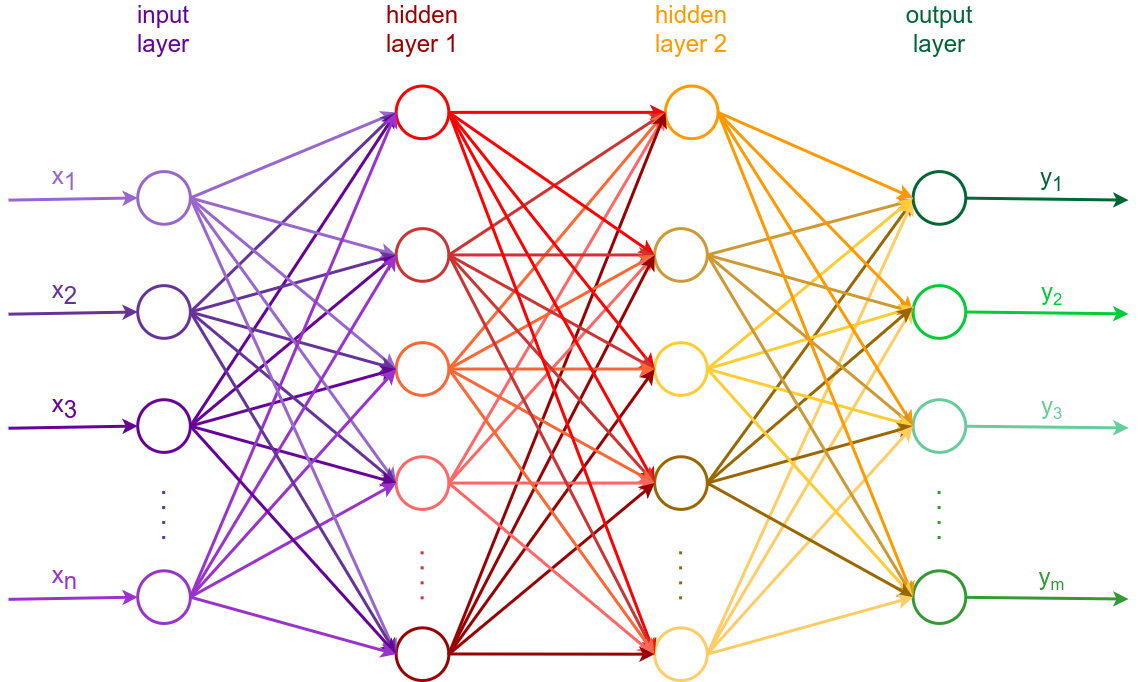
The draw.io diagram diagrams/ann_example.drawio.png in ryndovaira-org/data_science_lectures, before a commit. Source tidied: cells renumbered, new cells last; positions are measured from the earlier drawing's top-left corner, leaving out a move shared by most shapes.
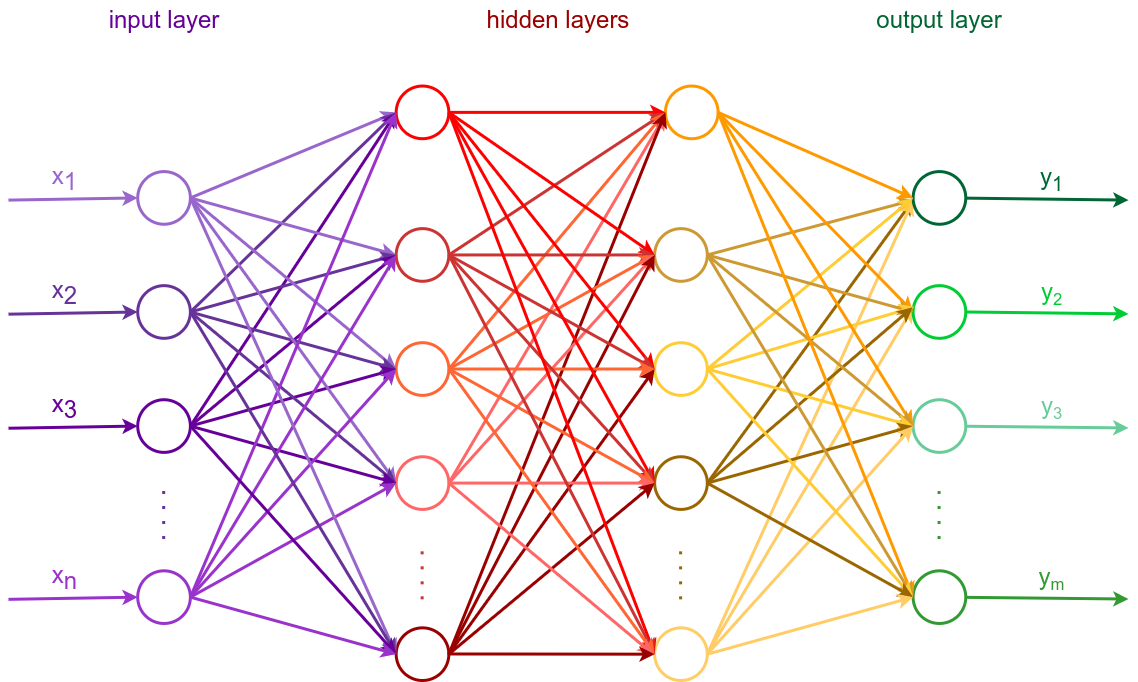
After the commit.

What changed in the source:
```diff
@@ -135,10 +135,10 @@
       <mxGeometry relative="1" as="geometry" />
     </mxCell>
     <mxCell id="40" value="input layer" style="rounded=0;whiteSpace=wrap;html=1;strokeColor=none;fillColor=none;fontSize=24;labelBackgroundColor=none;fontColor=#660099;" parent="1" vertex="1">
-      <mxGeometry x="112.5" width="86.2" height="57" as="geometry" />
+      <mxGeometry x="95.6" width="120" height="40" as="geometry" />
     </mxCell>
-    <mxCell id="41" value="hidden layer 1" style="rounded=0;whiteSpace=wrap;html=1;strokeColor=none;fillColor=none;fontSize=24;labelBackgroundColor=none;fontColor=#990000;" parent="1" vertex="1">
-      <mxGeometry x="370.9" width="86.2" height="57" as="geometry" />
+    <mxCell id="41" value="hidden layers" style="rounded=0;whiteSpace=wrap;html=1;strokeColor=none;fillColor=none;fontSize=24;labelBackgroundColor=none;fontColor=#990000;" parent="1" vertex="1">
+      <mxGeometry x="390" width="319.6" height="40" as="geometry" />
     </mxCell>
     <mxCell id="42" style="endArrow=none;html=1;strokeWidth=3;fontSize=14;startArrow=none;startFill=0;rounded=0;dashed=1;dashPattern=1 4;strokeColor=#663399;labelBackgroundColor=none;" parent="1" edge="1">
       <mxGeometry relative="1" as="geometry">
@@ -338,11 +338,8 @@
         <mxPoint x="930.6" y="481.5" as="targetPoint" />
       </mxGeometry>
     </mxCell>
-    <mxCell id="100" value="hidden layer 2" style="rounded=0;whiteSpace=wrap;html=1;strokeColor=none;fillColor=none;fontSize=24;labelBackgroundColor=none;fontColor=#FF9900;" parent="1" vertex="1">
-      <mxGeometry x="640.2" width="86.2" height="57" as="geometry" />
-    </mxCell>
     <mxCell id="101" value="output layer" style="rounded=0;whiteSpace=wrap;html=1;strokeColor=none;fillColor=none;fontSize=24;labelBackgroundColor=none;fontColor=#006633;" parent="1" vertex="1">
-      <mxGeometry x="887.9" width="86.2" height="57" as="geometry" />
+      <mxGeometry x="865.9" width="130" height="40" as="geometry" />
     </mxCell>
     <mxCell id="102" style="edgeStyle=none;rounded=0;jettySize=auto;html=1;strokeWidth=3;strokeColor=#00CC33;exitX=1;exitY=0.5;exitDx=0;exitDy=0;" parent="1" edge="1" source="82">
       <mxGeometry relative="1" as="geometry">
```
